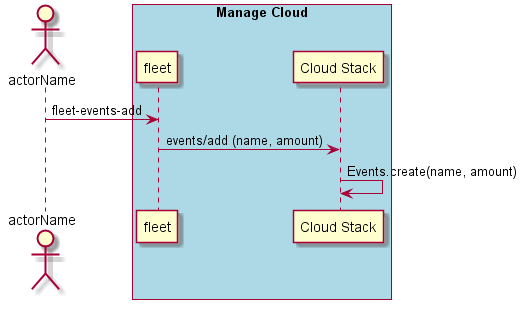
Before: docs/UseCases/Manage-Clouds/Add-Events.png, a diagram exported from PlantUML (CAADE/fleet). The source it was exported from:
```plantuml
@startuml
Actor "actorName" as A

box "Manage Cloud" #lightblue
participant "fleet" as S
A -> S : fleet-events-add
participant "Cloud Stack" as CS
S -> CS : events/add (name, amount)
CS -> CS : Events.create(name, amount)
end box

@enduml
```
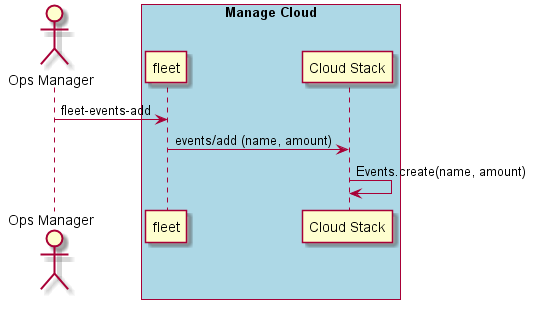
Later version of the same file.

The edit, as a diff of the source:
```diff
@@ -1,5 +1,5 @@
 @startuml
-Actor "actorName" as A
+Actor "Ops Manager" as A
 
 box "Manage Cloud" #lightblue
 participant "fleet" as S
```
